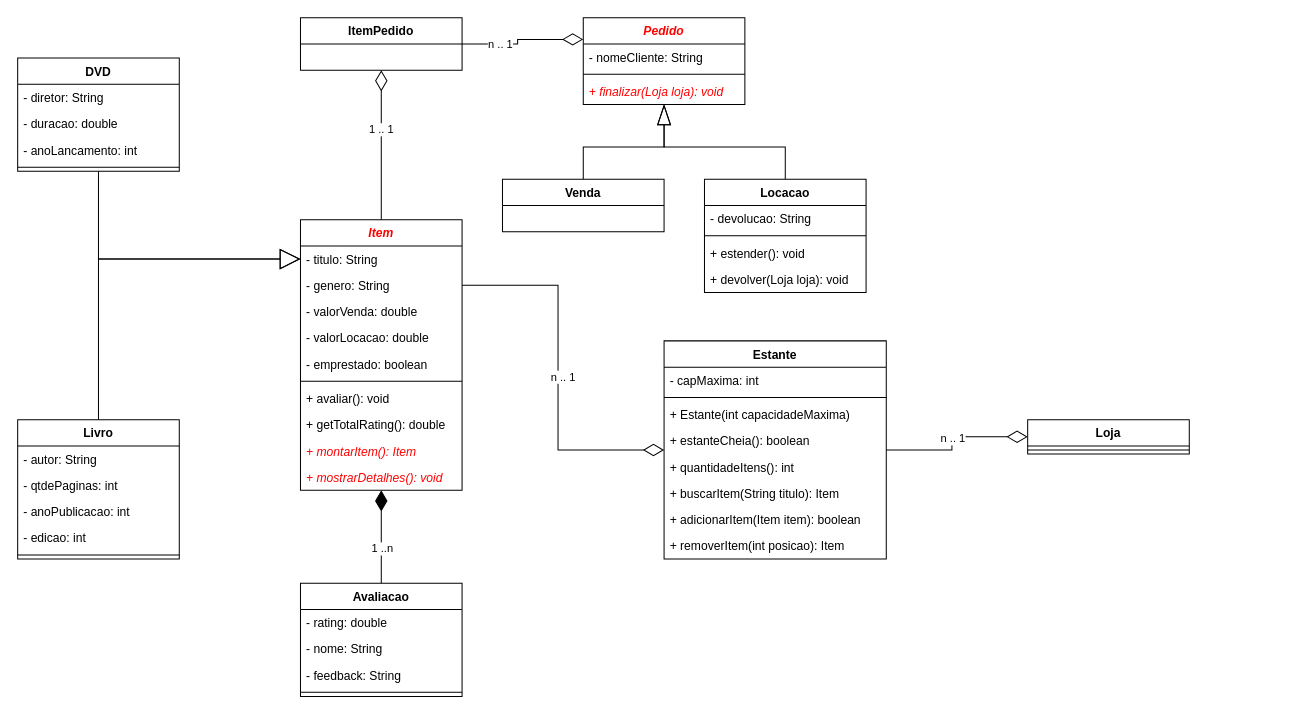
This is page "Livraria" (3 of 8) of diagramas.drawio from hannaBanannaOF/entra21-git-inicio, a draw.io file, before an edit. Source tidied: cells renumbered, new cells numbered last; positions are measured from the earlier drawing's top-left corner, leaving out a move shared by most shapes. Both pictures are drawn from the tidied source at 101%, with x=0, y=0 at pixel (17, 17).
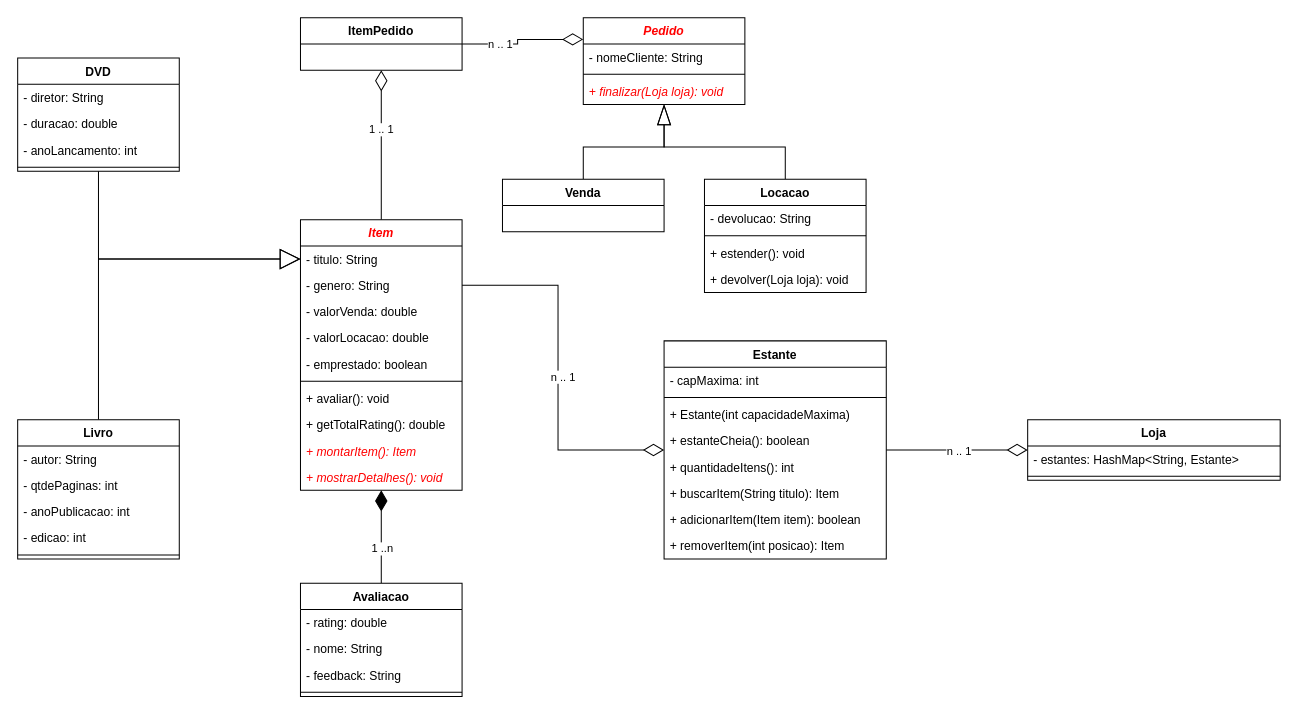
Above is the later version.

Diff of the diagram source:
```diff
@@
     <mxCell id="37" value="Loja" style="swimlane;fontStyle=1;align=center;verticalAlign=top;horizontal=1;startSize=26;" parent="1" vertex="1">
-      <mxGeometry x="1000" y="398" width="160" height="34" as="geometry" />
+      <mxGeometry x="1000" y="398" width="250" height="60" as="geometry" />
     </mxCell>
+    <mxCell id="65" value="- estantes: HashMap&lt;String, Estante&gt;" style="text;strokeColor=none;fillColor=none;align=left;verticalAlign=top;spacingLeft=4;spacingRight=4;overflow=hidden;" parent="37" vertex="1">
+      <mxGeometry y="26" width="250" height="26" as="geometry" />
+    </mxCell>
     <mxCell id="38" style="line;strokeWidth=1;fillColor=none;align=left;verticalAlign=middle;spacingTop=-1;spacingLeft=3;spacingRight=3;labelPosition=right;" parent="37" vertex="1">
-      <mxGeometry y="26" width="160" height="8" as="geometry" />
+      <mxGeometry y="52" width="250" height="8" as="geometry" />
     </mxCell>
```
